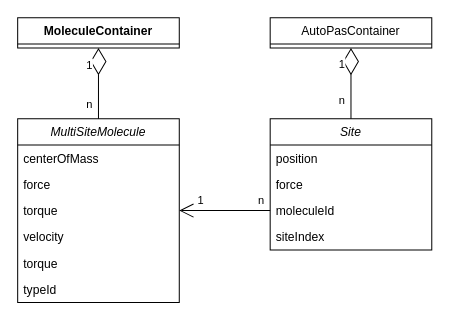
The draw.io diagram siteBasedApproach.drawio in penguincarol/rattle, before the edit. Source tidied: cells renumbered, new cells numbered last; positions are measured from the earlier drawing's top-left corner, leaving out a move shared by most shapes. Both pictures are drawn from the tidied source at 101%, with x=0, y=0 at pixel (17, 17).
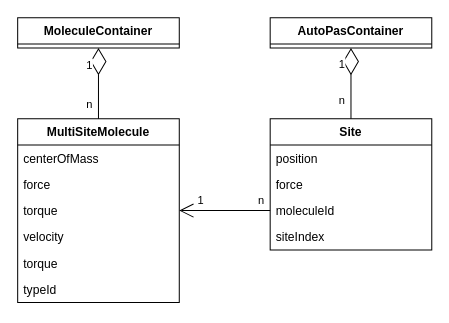
The same page after the edit.

Diff of the diagram source:
```diff
@@
-    <mxCell id="2" value="Site" style="swimlane;fontStyle=2;align=center;verticalAlign=top;horizontal=1;startSize=26;rounded=0;shadow=0;strokeWidth=1;" parent="1" vertex="1">
+    <mxCell id="2" value="Site" style="swimlane;fontStyle=1;align=center;verticalAlign=top;horizontal=1;startSize=26;rounded=0;shadow=0;strokeWidth=1;" parent="1" vertex="1">
       <mxGeometry x="250" y="100" width="160" height="130" as="geometry" />
     </mxCell>
@@
-    <mxCell id="7" value="AutoPasContainer" style="swimlane;fontStyle=0;align=center;verticalAlign=top;horizontal=1;startSize=26;rounded=0;shadow=0;strokeWidth=1;" parent="1" vertex="1">
+    <mxCell id="7" value="AutoPasContainer" style="swimlane;fontStyle=1;align=center;verticalAlign=top;horizontal=1;startSize=26;rounded=0;shadow=0;strokeWidth=1;" parent="1" vertex="1">
       <mxGeometry x="250" width="160" height="30" as="geometry" />
     </mxCell>
@@
-    <mxCell id="11" value="MultiSiteMolecule" style="swimlane;fontStyle=2;align=center;verticalAlign=top;horizontal=1;startSize=26;rounded=0;shadow=0;strokeWidth=1;" parent="1" vertex="1">
+    <mxCell id="11" value="MultiSiteMolecule" style="swimlane;fontStyle=1;align=center;verticalAlign=top;horizontal=1;startSize=26;rounded=0;shadow=0;strokeWidth=1;" parent="1" vertex="1">
       <mxGeometry y="100" width="160" height="182" as="geometry" />
     </mxCell>
```
